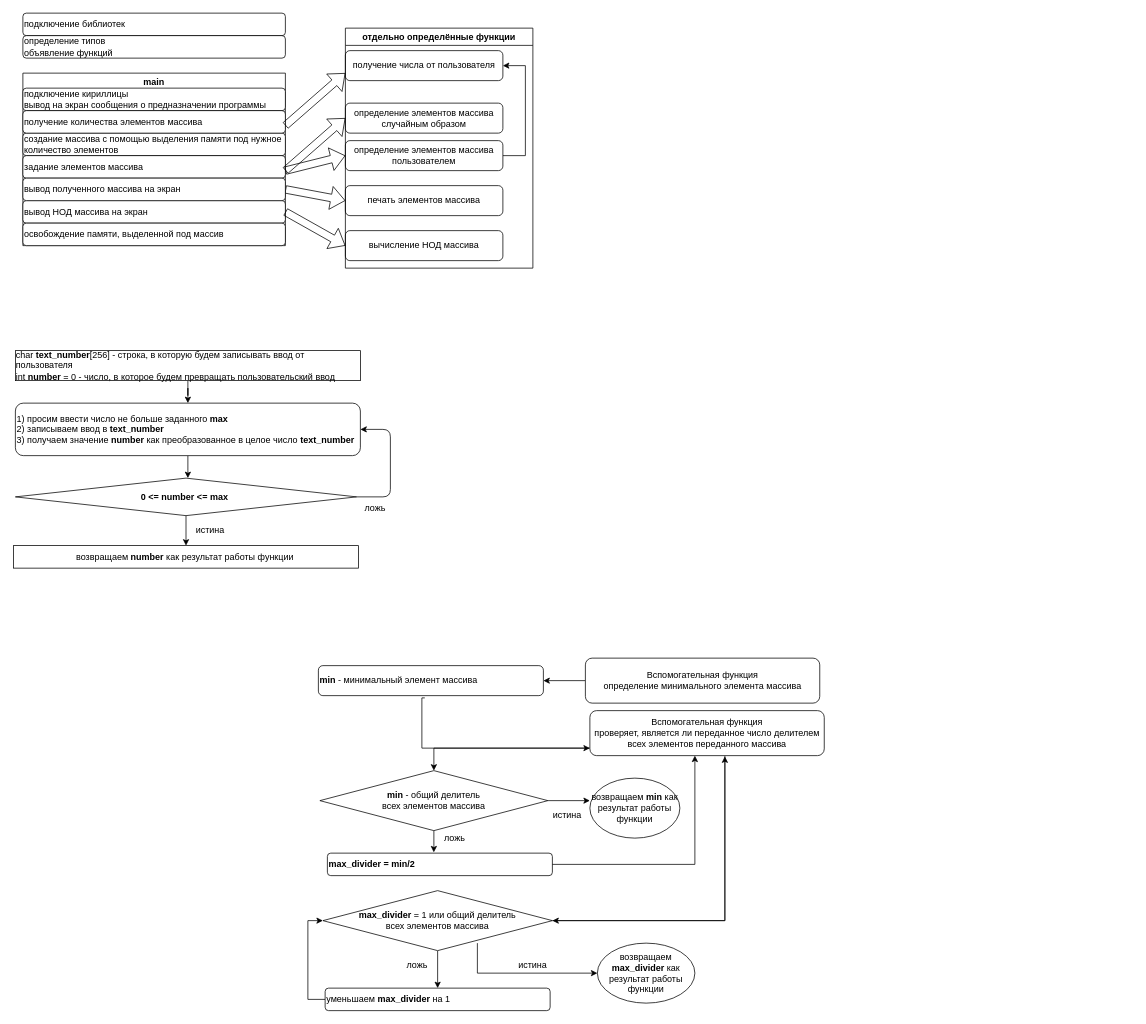
This is Untitled Diagram.drawio from anastasiya-molchkova/NOD_for_Array, a draw.io file, before an edit. Source tidied: cells renumbered, new cells numbered last; positions are measured from the earlier drawing's top-left corner, leaving out a move shared by most shapes. Both pictures are drawn from the tidied source at 75%, with x=0, y=0 at pixel (14, 13).
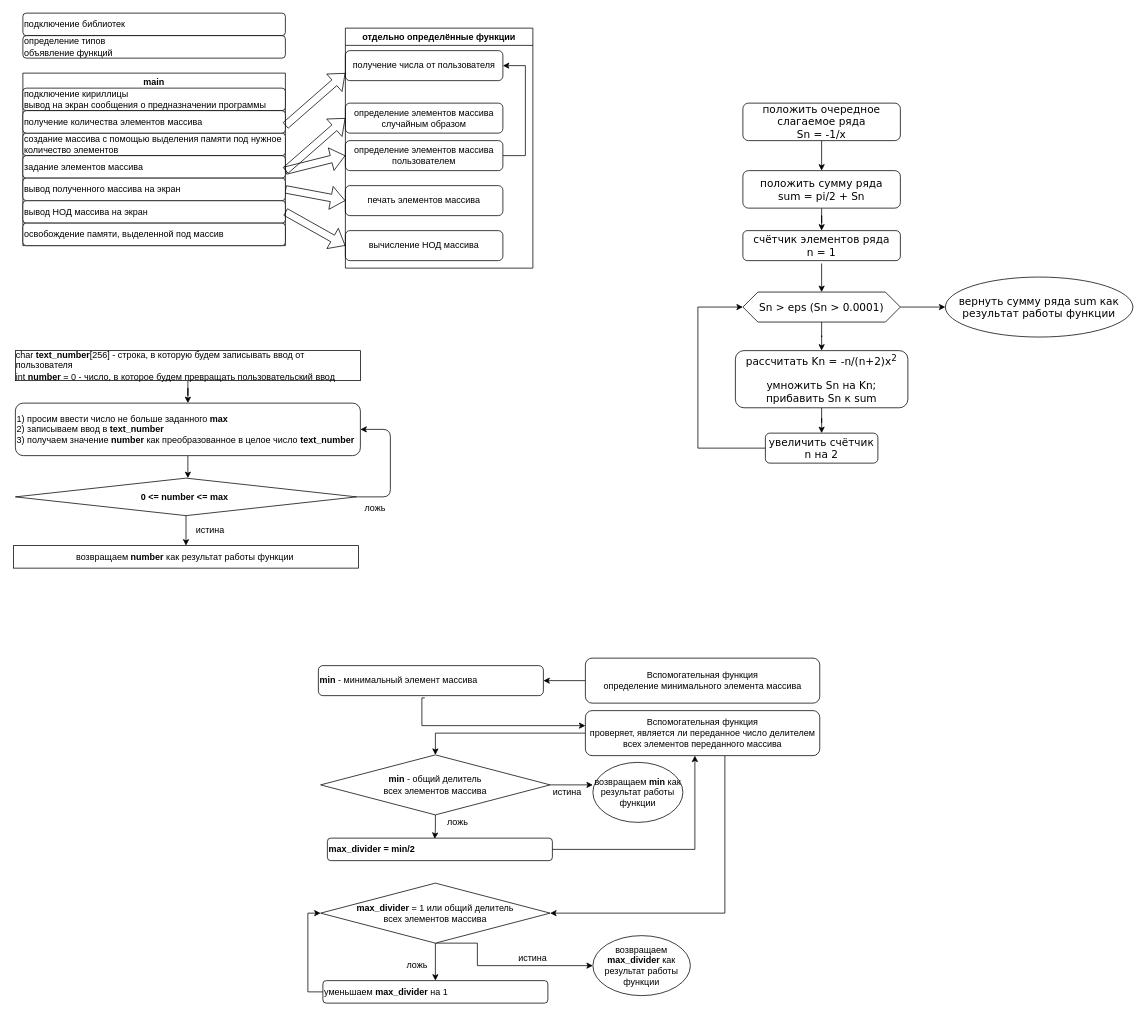
The same diagram, later.

Unchanged cells that the change refers to:
```xml
<mxCell id="40" value="&lt;b&gt;min&lt;/b&gt; - минимальный элемент массива" style="rounded=1;whiteSpace=wrap;html=1;align=left;" parent="1" vertex="1">
  <mxGeometry x="406" y="870" width="300" height="40" as="geometry" />
</mxCell>
```

Diff of the diagram source:
```diff
@@
+    <mxCell id="37" style="edgeStyle=orthogonalEdgeStyle;rounded=0;jettySize=auto;html=1;entryX=1;entryY=0.5;entryDx=0;entryDy=0;" parent="1" edge="1" source="38" target="52">
+      <mxGeometry relative="1" as="geometry">
+        <Array as="points">
+          <mxPoint x="948" y="1200" />
+        </Array>
+      </mxGeometry>
+    </mxCell>
     <mxCell id="36" style="edgeStyle=orthogonalEdgeStyle;rounded=0;jettySize=auto;html=1;entryX=0.5;entryY=0;entryDx=0;entryDy=0;" parent="1" edge="1" source="38" target="43">
-      <mxGeometry relative="1" as="geometry">
-        <Array as="points">
-          <mxPoint x="560" y="980" />
-        </Array>
-      </mxGeometry>
+      <mxGeometry relative="1" as="geometry" />
     </mxCell>
-    <mxCell id="37" style="edgeStyle=orthogonalEdgeStyle;rounded=0;jettySize=auto;html=1;entryX=1;entryY=0.5;entryDx=0;entryDy=0;" parent="1" edge="1" source="38" target="52">
-      <mxGeometry relative="1" as="geometry">
-        <Array as="points">
-          <mxPoint x="948" y="1210" />
-        </Array>
-      </mxGeometry>
-    </mxCell>
     <mxCell id="38" value="Вспомогательная функция&lt;br&gt;проверяет, является ли переданное число делителем всех элементов переданного массива" style="rounded=1;whiteSpace=wrap;html=1;" parent="1" vertex="1">
-      <mxGeometry x="768" y="930" width="312.5" height="60" as="geometry" />
+      <mxGeometry x="762" y="930" width="312.5" height="60" as="geometry" />
     </mxCell>
     <mxCell id="39" style="edgeStyle=orthogonalEdgeStyle;rounded=0;jettySize=auto;html=1;exitX=0.473;exitY=1.075;exitDx=0;exitDy=0;exitPerimeter=0;" parent="1" edge="1" source="40" target="38">
       <mxGeometry relative="1" as="geometry">
         <Array as="points">
-          <mxPoint x="544" y="980" />
+          <mxPoint x="544" y="913" />
+          <mxPoint x="544" y="950" />
         </Array>
       </mxGeometry>
     </mxCell>
@@
-    <mxCell id="42" style="edgeStyle=orthogonalEdgeStyle;rounded=0;jettySize=auto;html=1;entryX=0.473;entryY=-0.033;entryDx=0;entryDy=0;entryPerimeter=0;" parent="1" edge="1" source="43" target="46">
+    <mxCell id="42" style="edgeStyle=orthogonalEdgeStyle;rounded=0;jettySize=auto;html=1;entryX=0.477;entryY=0.033;entryDx=0;entryDy=0;entryPerimeter=0;" parent="1" edge="1" source="43" target="46">
       <mxGeometry relative="1" as="geometry" />
     </mxCell>
     <mxCell id="43" value="&lt;b&gt;min &lt;/b&gt;- общий делитель &lt;br&gt;всех элементов массива" style="rhombus;whiteSpace=wrap;html=1;" parent="1" vertex="1">
-      <mxGeometry x="408" y="1010" width="304" height="80" as="geometry" />
+      <mxGeometry x="409" y="989" width="306" height="80" as="geometry" />
     </mxCell>
     <mxCell id="44" value="возвращаем &lt;b&gt;min &lt;/b&gt;как результат работы функции" style="ellipse;whiteSpace=wrap;html=1;rotation=0;" parent="1" vertex="1">
-      <mxGeometry x="768" y="1020" width="120" height="80" as="geometry" />
+      <mxGeometry x="772" y="999" width="120" height="80" as="geometry" />
     </mxCell>
     <mxCell id="45" value="истина" style="text;html=1;strokeColor=none;fillColor=none;align=center;verticalAlign=middle;whiteSpace=wrap;rounded=0;" parent="1" vertex="1">
-      <mxGeometry x="718" y="1059" width="40" height="20" as="geometry" />
+      <mxGeometry x="718" y="1029" width="40" height="20" as="geometry" />
     </mxCell>
     <mxCell id="46" value="&lt;b&gt;max_divider = min/2&lt;/b&gt;" style="rounded=1;whiteSpace=wrap;html=1;align=left;" parent="1" vertex="1">
-      <mxGeometry x="418" y="1120" width="300" height="30" as="geometry" />
+      <mxGeometry x="418" y="1100" width="300" height="30" as="geometry" />
     </mxCell>
     <mxCell id="47" value="ложь" style="text;html=1;strokeColor=none;fillColor=none;align=center;verticalAlign=middle;whiteSpace=wrap;rounded=0;" parent="1" vertex="1">
-      <mxGeometry x="568" y="1090" width="40" height="20" as="geometry" />
+      <mxGeometry x="572" y="1069" width="40" height="20" as="geometry" />
     </mxCell>
     <mxCell id="48" style="edgeStyle=orthogonalEdgeStyle;rounded=0;jettySize=auto;html=1;exitX=1;exitY=0.5;exitDx=0;exitDy=0;" parent="1" edge="1" source="46" target="38">
       <mxGeometry relative="1" as="geometry">
         <Array as="points">
-          <mxPoint x="908" y="1135" />
+          <mxPoint x="908" y="1115" />
         </Array>
       </mxGeometry>
     </mxCell>
-    <mxCell id="49" style="edgeStyle=orthogonalEdgeStyle;rounded=0;jettySize=auto;html=1;entryX=0;entryY=0.5;entryDx=0;entryDy=0;" parent="1" edge="1" target="53">
+    <mxCell id="49" style="edgeStyle=orthogonalEdgeStyle;rounded=0;jettySize=auto;html=1;entryX=0;entryY=0.5;entryDx=0;entryDy=0;exitX=0.5;exitY=1;exitDx=0;exitDy=0;" parent="1" edge="1" source="52" target="53">
       <mxGeometry relative="1" as="geometry">
-        <mxPoint x="618" y="1240" as="sourcePoint" />
         <Array as="points">
-          <mxPoint x="618" y="1280" />
+          <mxPoint x="618" y="1240" />
+          <mxPoint x="618" y="1270" />
         </Array>
       </mxGeometry>
     </mxCell>
-    <mxCell id="50" style="edgeStyle=orthogonalEdgeStyle;rounded=0;jettySize=auto;html=1;entryX=0.5;entryY=0;entryDx=0;entryDy=0;" parent="1" edge="1" source="52" target="56">
-      <mxGeometry relative="1" as="geometry" />
-    </mxCell>
-    <mxCell id="51" style="edgeStyle=orthogonalEdgeStyle;rounded=0;jettySize=auto;html=1;entryX=0.576;entryY=1.017;entryDx=0;entryDy=0;entryPerimeter=0;" parent="1" edge="1" source="52" target="38">
-      <mxGeometry relative="1" as="geometry" />
-    </mxCell>
+    <mxCell id="58" style="edgeStyle=orthogonalEdgeStyle;rounded=0;jettySize=auto;html=1;" parent="1" edge="1" source="52">
+      <mxGeometry relative="1" as="geometry">
+        <mxPoint x="562" y="1290" as="targetPoint" />
+      </mxGeometry>
+    </mxCell>
     <mxCell id="52" value="&lt;b&gt;max_divider &lt;/b&gt;= 1 или&amp;nbsp;общий делитель &lt;br&gt;всех элементов массива" style="rhombus;whiteSpace=wrap;html=1;" parent="1" vertex="1">
-      <mxGeometry x="412" y="1170" width="306" height="80" as="geometry" />
+      <mxGeometry x="409" y="1160" width="306" height="80" as="geometry" />
     </mxCell>
     <mxCell id="53" value="возвращаем &lt;b&gt;max_divider&amp;nbsp;&lt;/b&gt;как результат работы функции" style="ellipse;whiteSpace=wrap;html=1;rotation=0;" parent="1" vertex="1">
-      <mxGeometry x="778" y="1240" width="130" height="80" as="geometry" />
+      <mxGeometry x="772" y="1230" width="130" height="80" as="geometry" />
     </mxCell>
     <mxCell id="54" value="истина" style="text;html=1;strokeColor=none;fillColor=none;align=center;verticalAlign=middle;whiteSpace=wrap;rounded=0;" parent="1" vertex="1">
-      <mxGeometry x="672" y="1260" width="40" height="20" as="geometry" />
+      <mxGeometry x="672" y="1250" width="40" height="20" as="geometry" />
     </mxCell>
     <mxCell id="55" style="edgeStyle=orthogonalEdgeStyle;rounded=0;jettySize=auto;html=1;entryX=0;entryY=0.5;entryDx=0;entryDy=0;" parent="1" edge="1" source="56" target="52">
       <mxGeometry relative="1" as="geometry">
         <Array as="points">
-          <mxPoint x="392" y="1315" />
-          <mxPoint x="392" y="1210" />
+          <mxPoint x="392" y="1305" />
+          <mxPoint x="392" y="1200" />
         </Array>
       </mxGeometry>
     </mxCell>
     <mxCell id="56" value="уменьшаем &lt;b&gt;max_divider&lt;/b&gt; на 1&amp;nbsp;" style="rounded=1;whiteSpace=wrap;html=1;align=left;" parent="1" vertex="1">
-      <mxGeometry x="415" y="1300" width="300" height="30" as="geometry" />
+      <mxGeometry x="412" y="1290" width="300" height="30" as="geometry" />
     </mxCell>
@@
+    <mxCell id="59" style="edgeStyle=orthogonalEdgeStyle;rounded=0;jettySize=auto;html=1;" parent="1" edge="1" source="60" target="62">
+      <mxGeometry relative="1" as="geometry" />
+    </mxCell>
+    <mxCell id="60" value="&lt;font face=&quot;Verdana&quot; style=&quot;font-size: 14px&quot;&gt;положить очередное слагаемое ряда &lt;br&gt;Sn = -1/x&lt;/font&gt;" style="rounded=1;whiteSpace=wrap;html=1;" parent="1" vertex="1">
+      <mxGeometry x="972" y="120" width="210" height="50" as="geometry" />
+    </mxCell>
+    <mxCell id="61" style="edgeStyle=orthogonalEdgeStyle;rounded=0;jettySize=auto;html=1;entryX=0.5;entryY=0;entryDx=0;entryDy=0;" parent="1" edge="1" source="62" target="64">
+      <mxGeometry relative="1" as="geometry" />
+    </mxCell>
+    <mxCell id="62" value="&lt;font face=&quot;Verdana&quot; style=&quot;font-size: 14px&quot;&gt;положить сумму ряда &lt;br&gt;sum = pi/2 + Sn&lt;/font&gt;" style="rounded=1;whiteSpace=wrap;html=1;" parent="1" vertex="1">
+      <mxGeometry x="972" y="210" width="210" height="50" as="geometry" />
+    </mxCell>
+    <mxCell id="63" style="edgeStyle=orthogonalEdgeStyle;rounded=0;jettySize=auto;html=1;entryX=0.5;entryY=0;entryDx=0;entryDy=0;" parent="1" edge="1" target="69">
+      <mxGeometry relative="1" as="geometry">
+        <mxPoint x="1077" y="333.8" as="sourcePoint" />
+      </mxGeometry>
+    </mxCell>
+    <mxCell id="64" value="&lt;font face=&quot;Verdana&quot; style=&quot;font-size: 14px&quot;&gt;счётчик элементов ряда&lt;br&gt;n = 1&lt;/font&gt;" style="rounded=1;whiteSpace=wrap;html=1;" parent="1" vertex="1">
+      <mxGeometry x="972" y="290" width="210" height="40" as="geometry" />
+    </mxCell>
+    <mxCell id="65" style="edgeStyle=orthogonalEdgeStyle;rounded=0;jettySize=auto;html=1;entryX=0.5;entryY=0;entryDx=0;entryDy=0;" parent="1" edge="1" source="66" target="71">
+      <mxGeometry relative="1" as="geometry" />
+    </mxCell>
+    <mxCell id="66" value="&lt;pre style=&quot;background: white ; font-size: 14px&quot;&gt;&lt;font face=&quot;Verdana&quot; style=&quot;font-size: 14px&quot;&gt;рассчитать Kn&amp;nbsp;=&amp;nbsp;-n/(n+2)x&lt;sup&gt;2&lt;/sup&gt;&lt;/font&gt;&lt;/pre&gt;&lt;pre style=&quot;background: white ; font-size: 14px&quot;&gt;&lt;font face=&quot;Verdana&quot; style=&quot;font-size: 14px&quot;&gt;умножить Sn&amp;nbsp;на&amp;nbsp;Kn;&lt;br&gt;прибавить Sn к sum&lt;/font&gt;&lt;/pre&gt;" style="rounded=1;whiteSpace=wrap;html=1;" parent="1" vertex="1">
+      <mxGeometry x="962" y="450" width="230" height="76.2" as="geometry" />
+    </mxCell>
+    <mxCell id="67" style="edgeStyle=orthogonalEdgeStyle;rounded=0;jettySize=auto;html=1;entryX=0.5;entryY=0;entryDx=0;entryDy=0;" parent="1" edge="1" source="69" target="66">
+      <mxGeometry relative="1" as="geometry" />
+    </mxCell>
+    <mxCell id="68" style="edgeStyle=orthogonalEdgeStyle;rounded=0;jettySize=auto;html=1;entryX=0;entryY=0.5;entryDx=0;entryDy=0;" parent="1" edge="1" source="69" target="72">
+      <mxGeometry relative="1" as="geometry" />
+    </mxCell>
+    <mxCell id="69" value="&lt;font face=&quot;Verdana&quot; style=&quot;font-size: 14px&quot;&gt;Sn &amp;gt; eps (Sn &amp;gt; 0.0001)&lt;/font&gt;" style="shape=hexagon;perimeter=hexagonPerimeter2;whiteSpace=wrap;html=1;fixedSize=1;" parent="1" vertex="1">
+      <mxGeometry x="972" y="371.9" width="210" height="40" as="geometry" />
+    </mxCell>
+    <mxCell id="70" style="edgeStyle=orthogonalEdgeStyle;rounded=0;jettySize=auto;html=1;entryX=0;entryY=0.5;entryDx=0;entryDy=0;" parent="1" edge="1" source="71" target="69">
+      <mxGeometry relative="1" as="geometry">
+        <Array as="points">
+          <mxPoint x="912" y="580" />
+          <mxPoint x="912" y="392" />
+        </Array>
+      </mxGeometry>
+    </mxCell>
+    <mxCell id="71" value="&lt;font face=&quot;Verdana&quot; style=&quot;font-size: 14px&quot;&gt;увеличить счётчик&lt;br&gt;n на 2&lt;/font&gt;" style="rounded=1;whiteSpace=wrap;html=1;" parent="1" vertex="1">
+      <mxGeometry x="1002" y="560" width="150" height="40" as="geometry" />
+    </mxCell>
+    <mxCell id="72" value="&lt;font face=&quot;Verdana&quot; style=&quot;font-size: 14px&quot;&gt;вернуть сумму ряда sum как результат работы функции&lt;/font&gt;" style="ellipse;whiteSpace=wrap;html=1;" parent="1" vertex="1">
+      <mxGeometry x="1242" y="351.9" width="250" height="80" as="geometry" />
+    </mxCell>
```
